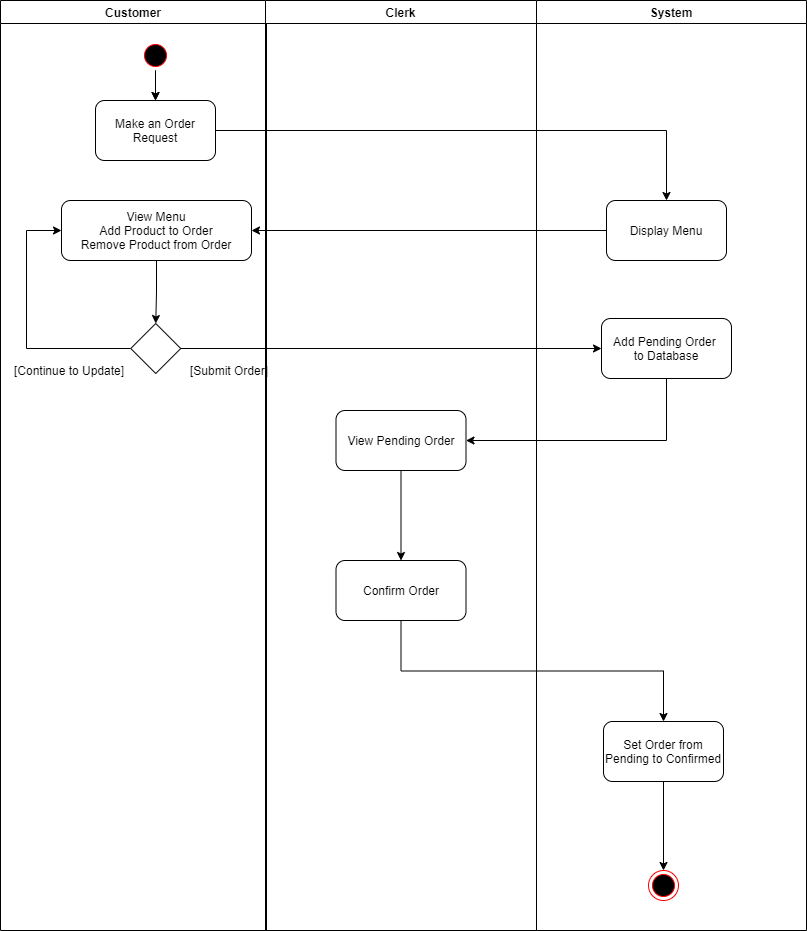
phuc16/CNPM keeps this draw.io diagram as Task 2/Task 2.1/Order System Activity.png. Above is the earlier version. Source tidied: cells renumbered, new cells last; positions are measured from the earlier drawing's top-left corner, leaving out a move shared by most shapes.
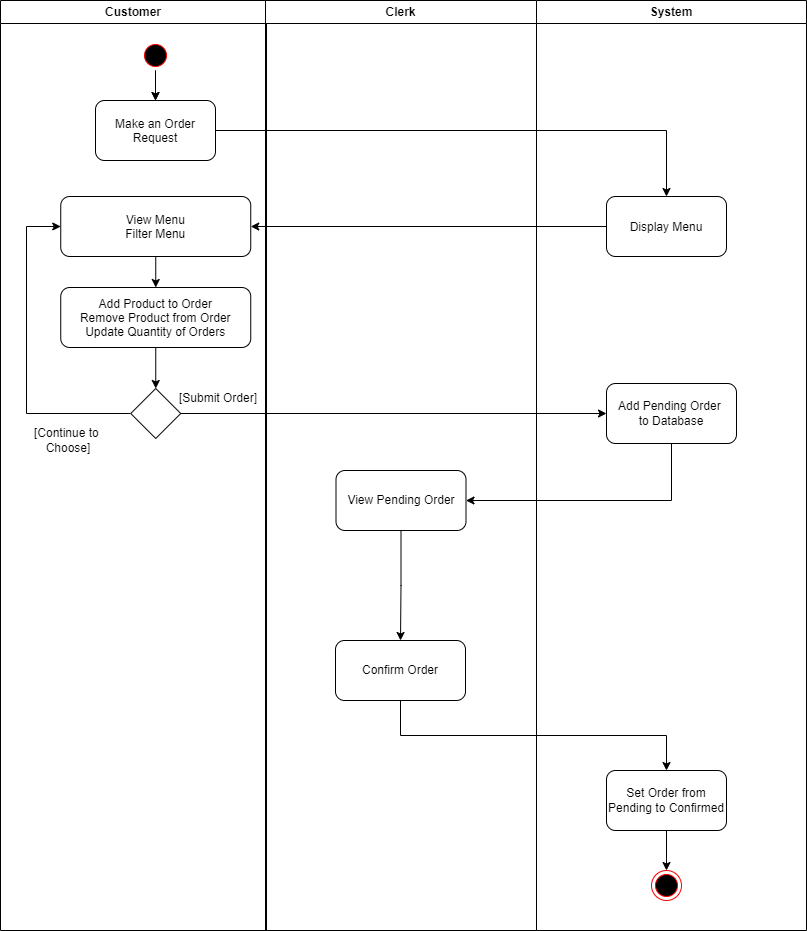
The same diagram one commit later.

Change to the diagram source:
```diff
@@ -22,48 +22,54 @@
     <mxCell id="7" style="edgeStyle=orthogonalEdgeStyle;rounded=0;jettySize=auto;html=1;exitX=0.5;exitY=1;exitDx=0;exitDy=0;entryX=0.5;entryY=0;entryDx=0;entryDy=0;" parent="2" edge="1" source="8" target="10">
       <mxGeometry relative="1" as="geometry" />
     </mxCell>
-    <mxCell id="8" value="View Menu&#10;Add Product to Order&#10;Remove Product from Order" style="rounded=1;" parent="2" vertex="1">
-      <mxGeometry x="61" y="200" width="190" height="60" as="geometry" />
+    <mxCell id="8" value="Add Product to Order&#10;Remove Product from Order&#10;Update Quantity of Orders" style="rounded=1;" parent="2" vertex="1">
+      <mxGeometry x="60.2" y="287" width="190" height="60" as="geometry" />
     </mxCell>
-    <mxCell id="9" style="edgeStyle=orthogonalEdgeStyle;rounded=0;jettySize=auto;html=1;exitX=0;exitY=0.5;exitDx=0;exitDy=0;entryX=0;entryY=0.5;entryDx=0;entryDy=0;" parent="2" edge="1" source="10" target="8">
+    <mxCell id="9" style="edgeStyle=orthogonalEdgeStyle;rounded=0;jettySize=auto;html=1;exitX=0;exitY=0.5;exitDx=0;exitDy=0;entryX=0;entryY=0.5;entryDx=0;entryDy=0;" parent="2" edge="1" source="10" target="29">
       <mxGeometry relative="1" as="geometry">
         <Array as="points">
-          <mxPoint x="26" y="348" />
-          <mxPoint x="26" y="230" />
+          <mxPoint x="26" y="413" />
+          <mxPoint x="26" y="226" />
         </Array>
       </mxGeometry>
     </mxCell>
     <mxCell id="10" style="rhombus;whiteSpace=wrap;html=1;" parent="2" vertex="1">
-      <mxGeometry x="130.2" y="323" width="50" height="50" as="geometry" />
+      <mxGeometry x="130.2" y="388" width="50" height="50" as="geometry" />
     </mxCell>
-    <mxCell id="11" value="[Continue to Update]" style="text;html=1;strokeColor=none;fillColor=none;align=center;verticalAlign=middle;whiteSpace=wrap;rounded=0;" parent="2" vertex="1">
-      <mxGeometry x="7.2" y="360" width="124" height="20" as="geometry" />
+    <mxCell id="11" value="[Continue to &lt;br&gt;Choose]" style="text;html=1;strokeColor=none;fillColor=none;align=center;verticalAlign=middle;whiteSpace=wrap;rounded=0;" parent="2" vertex="1">
+      <mxGeometry x="6.2" y="430" width="124" height="20" as="geometry" />
     </mxCell>
     <mxCell id="12" value="[Submit Order]" style="text;html=1;strokeColor=none;fillColor=none;align=center;verticalAlign=middle;whiteSpace=wrap;rounded=0;" parent="2" vertex="1">
-      <mxGeometry x="181.2" y="360" width="96" height="20" as="geometry" />
+      <mxGeometry x="170" y="388" width="96" height="20" as="geometry" />
     </mxCell>
+    <mxCell id="28" style="edgeStyle=orthogonalEdgeStyle;rounded=0;jettySize=auto;html=1;exitX=0.5;exitY=1;exitDx=0;exitDy=0;entryX=0.5;entryY=0;entryDx=0;entryDy=0;" parent="2" edge="1" source="29" target="8">
+      <mxGeometry relative="1" as="geometry" />
+    </mxCell>
+    <mxCell id="29" value="View Menu&#10;Filter Menu" style="rounded=1;" parent="2" vertex="1">
+      <mxGeometry x="60.2" y="196" width="190" height="60" as="geometry" />
+    </mxCell>
     <mxCell id="13" value="System" style="swimlane;whiteSpace=wrap;startSize=23;" parent="1" vertex="1">
       <mxGeometry x="536" width="270" height="930" as="geometry" />
     </mxCell>
     <mxCell id="14" value="Display Menu" style="rounded=1;" parent="13" vertex="1">
-      <mxGeometry x="70" y="200" width="120" height="60" as="geometry" />
+      <mxGeometry x="70" y="196" width="120" height="60" as="geometry" />
     </mxCell>
     <mxCell id="15" value="Add Pending Order&amp;nbsp;&lt;br&gt;to Database" style="whiteSpace=wrap;html=1;rounded=1;" parent="13" vertex="1">
-      <mxGeometry x="65" y="318" width="130" height="60" as="geometry" />
+      <mxGeometry x="70" y="383" width="130" height="60" as="geometry" />
     </mxCell>
     <mxCell id="16" style="edgeStyle=orthogonalEdgeStyle;rounded=0;jettySize=auto;html=1;exitX=0.5;exitY=1;exitDx=0;exitDy=0;entryX=0.5;entryY=0;entryDx=0;entryDy=0;" parent="13" edge="1" source="17" target="18">
       <mxGeometry relative="1" as="geometry" />
     </mxCell>
     <mxCell id="17" value="Set Order from Pending to Confirmed" style="rounded=1;whiteSpace=wrap;html=1;" parent="13" vertex="1">
-      <mxGeometry x="67" y="721" width="120" height="60" as="geometry" />
+      <mxGeometry x="70" y="770" width="120" height="60" as="geometry" />
     </mxCell>
     <mxCell id="18" style="ellipse;shape=endState;fillColor=#000000;strokeColor=#ff0000;" parent="13" vertex="1">
-      <mxGeometry x="112" y="870" width="30" height="30" as="geometry" />
+      <mxGeometry x="115" y="870" width="30" height="30" as="geometry" />
     </mxCell>
     <mxCell id="19" style="edgeStyle=orthogonalEdgeStyle;rounded=0;jettySize=auto;html=1;exitX=1;exitY=0.5;exitDx=0;exitDy=0;entryX=0.5;entryY=0;entryDx=0;entryDy=0;" parent="1" edge="1" source="6" target="14">
       <mxGeometry relative="1" as="geometry" />
     </mxCell>
-    <mxCell id="20" style="endArrow=classic;html=1;exitX=0;exitY=0.5;exitDx=0;exitDy=0;entryX=1;entryY=0.5;entryDx=0;entryDy=0;" parent="1" edge="1" source="14" target="8">
+    <mxCell id="20" style="endArrow=classic;html=1;exitX=0;exitY=0.5;exitDx=0;exitDy=0;entryX=1;entryY=0.5;entryDx=0;entryDy=0;" parent="1" edge="1" source="14" target="29">
       <mxGeometry relative="1" as="geometry" />
     </mxCell>
     <mxCell id="21" value="Clerk" style="swimlane;whiteSpace=wrap;startSize=23;" parent="1" vertex="1">
@@ -73,10 +79,10 @@
       <mxGeometry relative="1" as="geometry" />
     </mxCell>
     <mxCell id="23" value="View Pending Order" style="whiteSpace=wrap;html=1;rounded=1;" parent="21" vertex="1">
-      <mxGeometry x="70.5" y="410" width="130" height="60" as="geometry" />
+      <mxGeometry x="70.5" y="470" width="130" height="60" as="geometry" />
     </mxCell>
     <mxCell id="24" value="Confirm Order" style="whiteSpace=wrap;html=1;rounded=1;" parent="21" vertex="1">
-      <mxGeometry x="70.5" y="560" width="130" height="60" as="geometry" />
+      <mxGeometry x="70" y="640" width="130" height="60" as="geometry" />
     </mxCell>
     <mxCell id="25" style="endArrow=classic;html=1;exitX=1;exitY=0.5;exitDx=0;exitDy=0;entryX=0;entryY=0.5;entryDx=0;entryDy=0;" parent="1" edge="1" source="10" target="15">
       <mxGeometry relative="1" as="geometry" />
```
